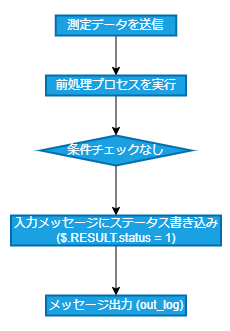
Above: docs/img/usecase1_flowchart.drawio.png in Project-GAUDI/ApplicationController (draw.io), before the change. Source tidied: cells renumbered, new cells last; positions are measured from the earlier drawing's top-left corner, leaving out a move shared by most shapes. Its diagram source:
```xml
<mxGraphModel>
  <root>
    <mxCell id="0" />
    <mxCell id="1" parent="0" />
    <mxCell id="2" value="&lt;p style=&quot;line-height: 200%&quot;&gt;&lt;/p&gt;&lt;div style=&quot;text-align: left&quot;&gt;&lt;br&gt;&lt;/div&gt;&lt;p&gt;&lt;/p&gt;" style="rounded=0;whiteSpace=wrap;html=1;fillColor=#FFFFFF;strokeColor=none;" parent="1" vertex="1">
      <mxGeometry width="229" height="330" as="geometry" />
    </mxCell>
    <mxCell id="3" style="edgeStyle=none;html=1;exitX=0.5;exitY=1;exitDx=0;exitDy=0;entryX=0.5;entryY=0;entryDx=0;entryDy=0;strokeColor=#000000;" parent="1" edge="1" source="4" target="6">
      <mxGeometry relative="1" as="geometry" />
    </mxCell>
    <mxCell id="4" value="測定データを送信" style="whiteSpace=wrap;html=1;strokeWidth=2;fillColor=#1ba1e2;fontColor=#ffffff;strokeColor=#006EAF;" parent="1" vertex="1">
      <mxGeometry x="55.2" y="15" width="120.5" height="20" as="geometry" />
    </mxCell>
    <mxCell id="5" style="edgeStyle=none;html=1;exitX=0.5;exitY=1;exitDx=0;exitDy=0;entryX=0.5;entryY=0;entryDx=0;entryDy=0;entryPerimeter=0;strokeColor=#000000;" parent="1" edge="1" source="6" target="8">
      <mxGeometry relative="1" as="geometry" />
    </mxCell>
    <mxCell id="6" value="前処理プロセスを実行" style="whiteSpace=wrap;html=1;strokeWidth=2;fillColor=#1ba1e2;fontColor=#ffffff;strokeColor=#006EAF;" parent="1" vertex="1">
      <mxGeometry x="45.5" y="75" width="140" height="20" as="geometry" />
    </mxCell>
    <mxCell id="7" style="edgeStyle=none;html=1;exitX=0.5;exitY=1;exitDx=0;exitDy=0;exitPerimeter=0;strokeColor=#000000;" parent="1" edge="1" source="8" target="10">
      <mxGeometry relative="1" as="geometry" />
    </mxCell>
    <mxCell id="8" value="条件チェックなし" style="strokeWidth=2;html=1;shape=mxgraph.flowchart.decision;whiteSpace=wrap;fillColor=#1ba1e2;fontColor=#ffffff;strokeColor=#006EAF;" parent="1" vertex="1">
      <mxGeometry x="40.2" y="135" width="150.5" height="30" as="geometry" />
    </mxCell>
    <mxCell id="9" style="edgeStyle=none;html=1;exitX=0.5;exitY=1;exitDx=0;exitDy=0;entryX=0.5;entryY=0;entryDx=0;entryDy=0;strokeColor=#000000;" parent="1" edge="1" source="10" target="11">
      <mxGeometry relative="1" as="geometry" />
    </mxCell>
    <mxCell id="10" value="入力メッセージにステータス書き込み&lt;br&gt;($.RESULT.status = 1)" style="whiteSpace=wrap;html=1;strokeWidth=2;fillColor=#1ba1e2;fontColor=#ffffff;strokeColor=#006EAF;" parent="1" vertex="1">
      <mxGeometry x="10.5" y="215" width="210" height="30" as="geometry" />
    </mxCell>
    <mxCell id="11" value="メッセージ出力 (out_log)" style="whiteSpace=wrap;html=1;strokeWidth=2;fillColor=#1ba1e2;fontColor=#ffffff;strokeColor=#006EAF;" parent="1" vertex="1">
      <mxGeometry x="45.5" y="295" width="140" height="20" as="geometry" />
    </mxCell>
  </root>
</mxGraphModel>
```
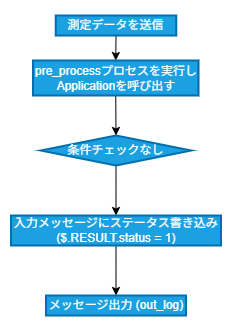
The same diagram one commit later.

What changed in the source:
```diff
@@ -14,8 +14,8 @@
     <mxCell id="5" style="edgeStyle=none;html=1;exitX=0.5;exitY=1;exitDx=0;exitDy=0;entryX=0.5;entryY=0;entryDx=0;entryDy=0;entryPerimeter=0;strokeColor=#000000;" parent="1" edge="1" source="6" target="8">
       <mxGeometry relative="1" as="geometry" />
     </mxCell>
-    <mxCell id="6" value="前処理プロセスを実行" style="whiteSpace=wrap;html=1;strokeWidth=2;fillColor=#1ba1e2;fontColor=#ffffff;strokeColor=#006EAF;" parent="1" vertex="1">
-      <mxGeometry x="45.5" y="75" width="140" height="20" as="geometry" />
+    <mxCell id="6" value="&lt;font&gt;&lt;span style=&quot;text-align: left;&quot;&gt;&lt;font style=&quot;color: rgb(255, 255, 255);&quot;&gt;pre_process&lt;/font&gt;&lt;/span&gt;&lt;font style=&quot;color: rgb(255, 255, 255);&quot;&gt;プロセスを実行し&lt;/font&gt;&lt;/font&gt;&lt;div&gt;&lt;font style=&quot;color: rgb(255, 255, 255);&quot;&gt;Applicationを呼び出す&lt;/font&gt;&lt;/div&gt;" style="whiteSpace=wrap;html=1;strokeWidth=2;fillColor=#1ba1e2;fontColor=#ffffff;strokeColor=#006EAF;" parent="1" vertex="1">
+      <mxGeometry x="32.5" y="60" width="165.5" height="35" as="geometry" />
     </mxCell>
     <mxCell id="7" style="edgeStyle=none;html=1;exitX=0.5;exitY=1;exitDx=0;exitDy=0;exitPerimeter=0;strokeColor=#000000;" parent="1" edge="1" source="8" target="10">
       <mxGeometry relative="1" as="geometry" />
```
